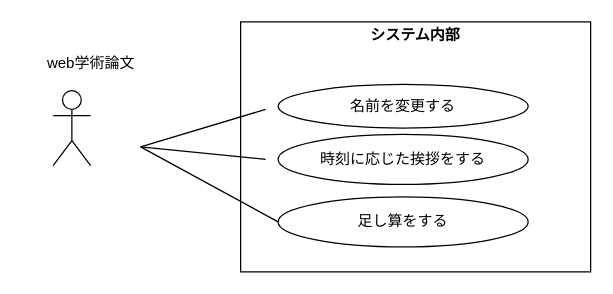
Before: 06_robo_dog/usecase.drawio in toshiyafujita/ohara_uml, a draw.io diagram. Source tidied: cells renumbered, new cells numbered last; positions are measured from the earlier drawing's top-left corner, leaving out a move shared by most shapes. Both pictures are drawn from the tidied source at 125%, with x=0, y=0 at pixel (34, 21).
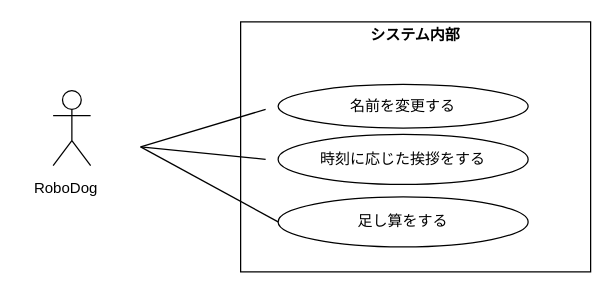
The same diagram, later.

Diff of the diagram source:
```diff
@@
 <mxGraphModel>
   <root>
     <mxCell id="0" />
     <mxCell id="1" parent="0" />
     <mxCell id="2" style="shape=umlActor;verticalLabelPosition=bottom;verticalAlign=top;html=1;" parent="1" vertex="1">
       <mxGeometry x="15" y="55" width="30" height="60" as="geometry" />
     </mxCell>
     <mxCell id="3" value="&lt;p style=&quot;margin:0px;margin-top:4px;text-align:center;&quot;&gt;&lt;b&gt;システム内部&lt;/b&gt;&lt;/p&gt;&lt;p style=&quot;margin:0px;margin-top:4px;text-align:center;&quot;&gt;&lt;b&gt;&lt;br&gt;&lt;/b&gt;&lt;/p&gt;&lt;p style=&quot;margin:0px;margin-top:4px;text-align:center;&quot;&gt;&lt;br&gt;&lt;/p&gt;&lt;p style=&quot;margin:0px;margin-top:4px;text-align:center;&quot;&gt;&lt;br&gt;&lt;/p&gt;&lt;p style=&quot;margin:0px;margin-top:4px;text-align:center;&quot;&gt;&lt;br&gt;&lt;/p&gt;" style="verticalAlign=top;align=left;overflow=fill;html=1;whiteSpace=wrap;" parent="1" vertex="1">
       <mxGeometry x="165" width="280" height="200" as="geometry" />
     </mxCell>
     <mxCell id="4" value="名前を変更する" style="ellipse;whiteSpace=wrap;html=1;" parent="1" vertex="1">
       <mxGeometry x="195" y="50" width="200" height="35" as="geometry" />
     </mxCell>
     <mxCell id="5" value="時刻に応じた挨拶をする" style="ellipse;whiteSpace=wrap;html=1;" parent="1" vertex="1">
       <mxGeometry x="195" y="90" width="200" height="40" as="geometry" />
     </mxCell>
     <mxCell id="6" style="endArrow=none;html=1;" parent="1" edge="1">
       <mxGeometry relative="1" as="geometry">
         <mxPoint x="85" y="100" as="sourcePoint" />
         <mxPoint x="185" y="70" as="targetPoint" />
       </mxGeometry>
     </mxCell>
     <mxCell id="7" style="endArrow=none;html=1;" parent="1" edge="1">
       <mxGeometry relative="1" as="geometry">
         <mxPoint x="85" y="100" as="sourcePoint" />
         <mxPoint x="185" y="110" as="targetPoint" />
       </mxGeometry>
     </mxCell>
-    <mxCell id="8" value="web学術論文" style="text;html=1;align=center;verticalAlign=middle;strokeColor=none;fillColor=none;" parent="1" vertex="1">
-      <mxGeometry y="18" width="90" height="30" as="geometry" />
-    </mxCell>
     <mxCell id="9" value="足し算をする" style="ellipse;whiteSpace=wrap;html=1;" parent="1" vertex="1">
       <mxGeometry x="195" y="140" width="200" height="40" as="geometry" />
     </mxCell>
     <mxCell id="10" style="endArrow=none;html=1;entryX=0;entryY=0.5;entryDx=0;entryDy=0;" parent="1" edge="1" target="9">
       <mxGeometry relative="1" as="geometry">
         <mxPoint x="85" y="100" as="sourcePoint" />
       </mxGeometry>
     </mxCell>
+    <mxCell id="11" value="RoboDog" style="text;html=1;align=center;verticalAlign=middle;strokeColor=none;fillColor=none;" parent="1" vertex="1">
+      <mxGeometry x="-10" y="118" width="70" height="30" as="geometry" />
+    </mxCell>
   </root>
 </mxGraphModel>
```
